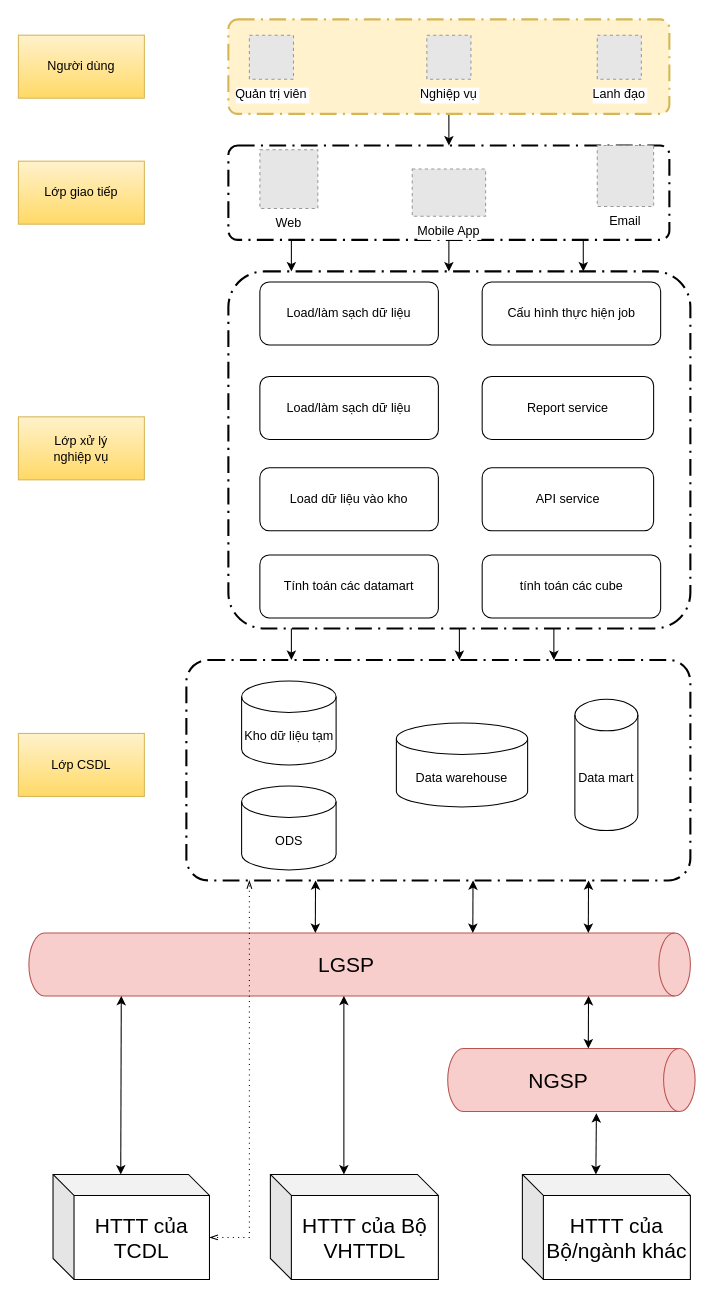
letheanh12345/Draw-io keeps this draw.io diagram as page "KHO" (5 of 5) of 123.drawio. Above is the earlier version. Source tidied: cells renumbered, new cells numbered last; positions are measured from the earlier drawing's top-left corner, leaving out a move shared by most shapes. Both pictures are drawn from the tidied source at 105%, with x=0, y=0 at pixel (18, 19). Pictures stored in the file or linked from it are replaced by grey dashed boxes.
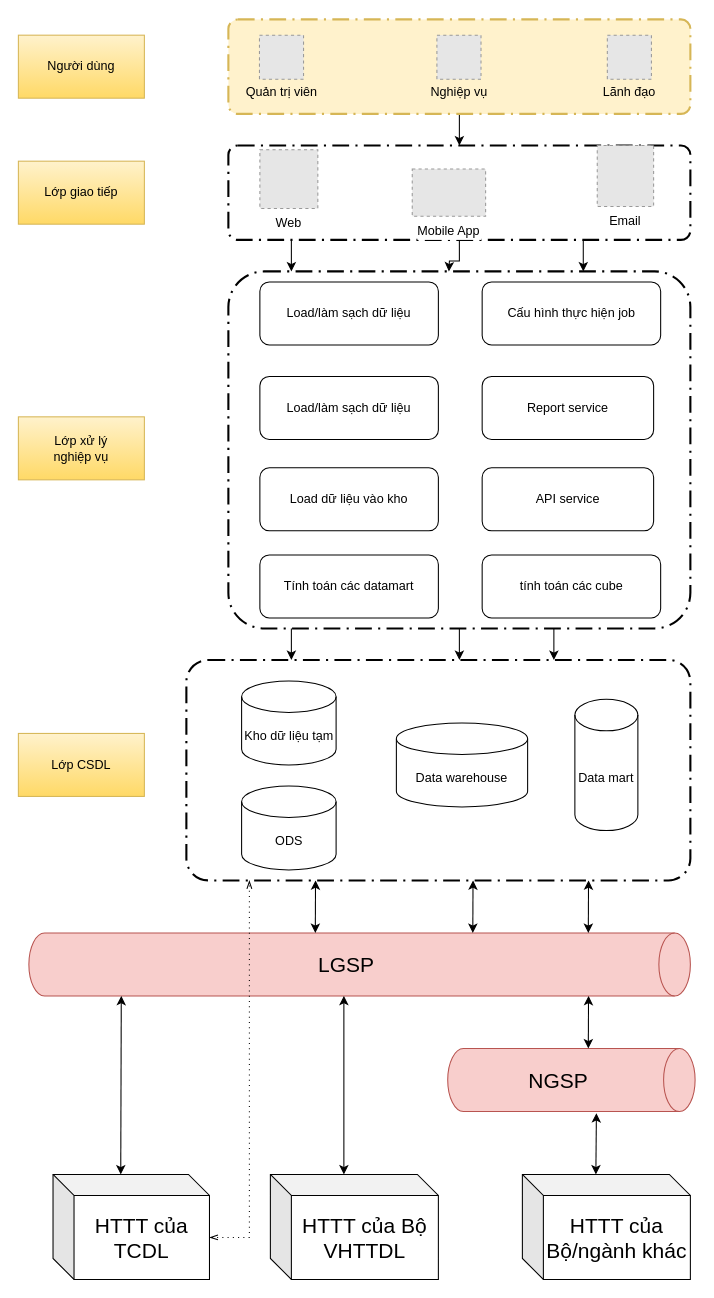
After the change.

Change to the diagram source:
```diff
@@
     <mxCell id="3" style="points=[[0.25,0,0],[0.5,0,0],[0.75,0,0],[1,0.25,0],[1,0.5,0],[1,0.75,0],[0.75,1,0],[0.5,1,0],[0.25,1,0],[0,0.75,0],[0,0.5,0],[0,0.25,0]];rounded=1;arcSize=10;dashed=1;strokeColor=#000000;fillColor=none;gradientColor=none;dashPattern=8 3 1 3;strokeWidth=2;fontStyle=1;fontSize=20;" parent="1" vertex="1">
-      <mxGeometry x="200" y="120" width="420" height="90" as="geometry" />
+      <mxGeometry x="200" y="120" width="440" height="90" as="geometry" />
     </mxCell>
@@
     <mxCell id="7" style="points=[[0.25,0,0],[0.5,0,0],[0.75,0,0],[1,0.25,0],[1,0.5,0],[1,0.75,0],[0.75,1,0],[0.5,1,0],[0.25,1,0],[0,0.75,0],[0,0.5,0],[0,0.25,0]];rounded=1;arcSize=10;dashed=1;strokeColor=#d6b656;fillColor=#fff2cc;dashPattern=8 3 1 3;strokeWidth=2;fontStyle=1;fontSize=20;" parent="1" vertex="1">
-      <mxGeometry x="200" width="420" height="90" as="geometry" />
+      <mxGeometry x="200" width="440" height="90" as="geometry" />
     </mxCell>
-    <mxCell id="8" value="Quản trị viên" style="fillColor=#E6E6E6;strokeColor=#999999;dashed=1;verticalLabelPosition=bottom;labelBackgroundColor=default;verticalAlign=top;" parent="1" vertex="1">
-      <mxGeometry x="220" y="15" width="42" height="42" as="geometry" />
+    <mxCell id="8" style="fillColor=#E6E6E6;strokeColor=#999999;dashed=1;verticalLabelPosition=bottom;labelBackgroundColor=default;verticalAlign=top;" parent="1" vertex="1">
+      <mxGeometry x="229.6" y="15" width="42" height="42" as="geometry" />
     </mxCell>
@@
-    <mxCell id="13" value="Lanh đạo" style="fillColor=#E6E6E6;strokeColor=#999999;dashed=1;verticalLabelPosition=bottom;labelBackgroundColor=default;verticalAlign=top;" parent="1" vertex="1">
-      <mxGeometry x="551.3" y="15" width="42" height="42" as="geometry" />
+    <mxCell id="13" style="fillColor=#E6E6E6;strokeColor=#999999;dashed=1;verticalLabelPosition=bottom;labelBackgroundColor=default;verticalAlign=top;" parent="1" vertex="1">
+      <mxGeometry x="560.9" y="15" width="42" height="42" as="geometry" />
     </mxCell>
-    <mxCell id="14" value="Nghiệp vụ" style="fillColor=#E6E6E6;strokeColor=#999999;dashed=1;verticalLabelPosition=bottom;labelBackgroundColor=default;verticalAlign=top;" parent="1" vertex="1">
-      <mxGeometry x="389" y="15" width="42" height="42" as="geometry" />
+    <mxCell id="14" style="fillColor=#E6E6E6;strokeColor=#999999;dashed=1;verticalLabelPosition=bottom;labelBackgroundColor=default;verticalAlign=top;" parent="1" vertex="1">
+      <mxGeometry x="398.6" y="15" width="42" height="42" as="geometry" />
     </mxCell>
@@
+    <mxCell id="48" value="Quản trị viên" style="text;html=1;strokeColor=none;fillColor=none;align=center;verticalAlign=middle;whiteSpace=wrap;rounded=0;fontSize=12;" parent="1" vertex="1">
+      <mxGeometry x="212.6" y="57" width="76" height="23" as="geometry" />
+    </mxCell>
+    <mxCell id="49" value="Nghiệp vụ" style="text;html=1;strokeColor=none;fillColor=none;align=center;verticalAlign=middle;whiteSpace=wrap;rounded=0;fontSize=12;" parent="1" vertex="1">
+      <mxGeometry x="381.6" y="57" width="76" height="23" as="geometry" />
+    </mxCell>
+    <mxCell id="50" value="Lãnh đạo" style="text;html=1;strokeColor=none;fillColor=none;align=center;verticalAlign=middle;whiteSpace=wrap;rounded=0;fontSize=12;" parent="1" vertex="1">
+      <mxGeometry x="543.9" y="57" width="76" height="23" as="geometry" />
+    </mxCell>
```
